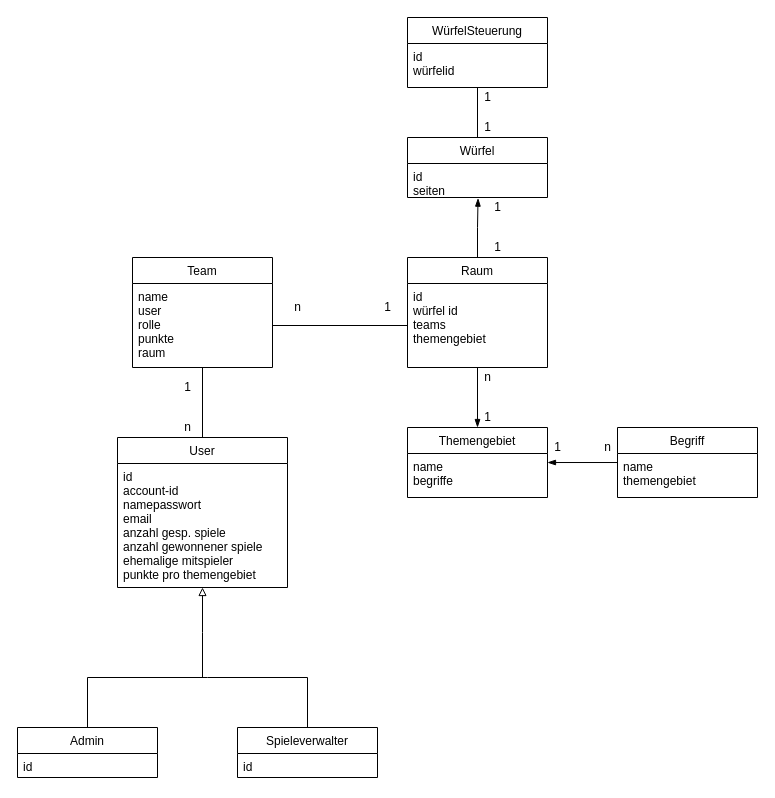
BeyerMart/softwareEngineeringClass-timeGuessGame keeps this draw.io diagram as documentation/diagrams/class_diagram.drawio. Above is the earlier version. Source tidied: cells renumbered, new cells numbered last; positions are measured from the earlier drawing's top-left corner, leaving out a move shared by most shapes. Both pictures are drawn from the tidied source at 100%, with x=0, y=0 at pixel (17, 17).
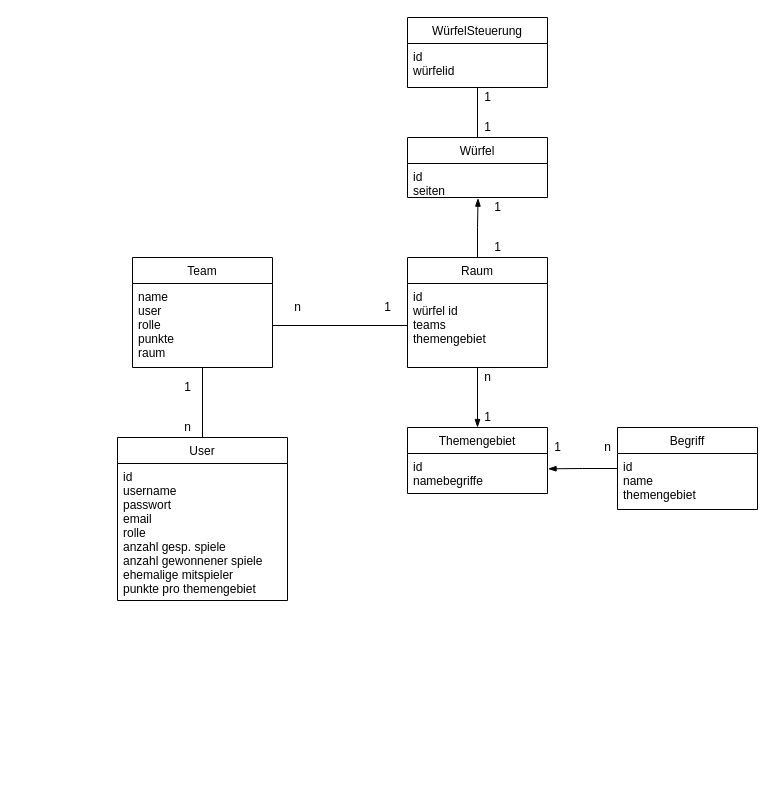
The same diagram, later.

Commit message:
Update inheritance between admin and user

What changed in the source:
```diff
@@
-    <mxCell id="5" style="edgeStyle=orthogonalEdgeStyle;rounded=0;jettySize=auto;html=1;endArrow=none;endFill=0;startArrow=block;startFill=0;" parent="1" edge="1" source="6">
-      <mxGeometry relative="1" as="geometry">
-        <mxPoint x="185" y="660" as="targetPoint" />
-      </mxGeometry>
-    </mxCell>
     <mxCell id="6" value="User" style="swimlane;fontStyle=0;horizontal=1;startSize=26;fillColor=none;" parent="1" vertex="1">
-      <mxGeometry x="100" y="420" width="170" height="150" as="geometry" />
+      <mxGeometry x="100" y="420" width="170" height="163" as="geometry" />
     </mxCell>
-    <mxCell id="7" value="id&#10;account-id&#10;namepasswort&#10;email&#10;anzahl gesp. spiele&#10;anzahl gewonnener spiele&#10;ehemalige mitspieler&#10;punkte pro themengebiet&#10;&#10;&#10;&#10;&#10;" style="text;strokeColor=none;fillColor=none;align=left;verticalAlign=top;spacingLeft=4;spacingRight=4;overflow=hidden;" parent="6" vertex="1">
-      <mxGeometry y="26" width="170" height="124" as="geometry" />
+    <mxCell id="7" value="id&#10;username&#10;passwort&#10;email&#10;rolle&#10;anzahl gesp. spiele&#10;anzahl gewonnener spiele&#10;ehemalige mitspieler&#10;punkte pro themengebiet&#10;&#10;&#10;&#10;&#10;&#10;&#10;" style="text;strokeColor=none;fillColor=none;align=left;verticalAlign=top;spacingLeft=4;spacingRight=4;overflow=hidden;" parent="6" vertex="1">
+      <mxGeometry y="26" width="170" height="137" as="geometry" />
     </mxCell>
-    <mxCell id="8" style="edgeStyle=orthogonalEdgeStyle;rounded=0;jettySize=auto;html=1;endArrow=none;endFill=0;" parent="1" edge="1" source="9">
-      <mxGeometry relative="1" as="geometry">
-        <mxPoint x="190" y="660" as="targetPoint" />
-        <Array as="points">
-          <mxPoint x="70" y="660" />
-        </Array>
-      </mxGeometry>
-    </mxCell>
-    <mxCell id="9" value="Admin" style="swimlane;fontStyle=0;horizontal=1;startSize=26;fillColor=none;" parent="1" vertex="1">
-      <mxGeometry y="710" width="140" height="50" as="geometry" />
-    </mxCell>
-    <mxCell id="10" value="id" style="text;strokeColor=none;fillColor=none;align=left;verticalAlign=top;spacingLeft=4;spacingRight=4;overflow=hidden;" parent="9" vertex="1">
-      <mxGeometry y="26" width="140" height="24" as="geometry" />
-    </mxCell>
-    <mxCell id="11" style="edgeStyle=orthogonalEdgeStyle;rounded=0;jettySize=auto;html=1;endArrow=none;endFill=0;exitX=0.5;exitY=0;exitDx=0;exitDy=0;" parent="1" edge="1" source="12">
-      <mxGeometry relative="1" as="geometry">
-        <mxPoint x="190" y="660" as="targetPoint" />
-        <Array as="points">
-          <mxPoint x="290" y="660" />
-        </Array>
-      </mxGeometry>
-    </mxCell>
-    <mxCell id="12" value="Spieleverwalter" style="swimlane;fontStyle=0;horizontal=1;startSize=26;fillColor=none;" parent="1" vertex="1">
-      <mxGeometry x="220" y="710" width="140" height="50" as="geometry" />
-    </mxCell>
-    <mxCell id="13" value="id" style="text;strokeColor=none;fillColor=none;align=left;verticalAlign=top;spacingLeft=4;spacingRight=4;overflow=hidden;" parent="12" vertex="1">
-      <mxGeometry y="26" width="140" height="24" as="geometry" />
-    </mxCell>
@@
     <mxCell id="18" value="Themengebiet" style="swimlane;fontStyle=0;horizontal=1;startSize=26;fillColor=none;" parent="1" vertex="1">
-      <mxGeometry x="390" y="410" width="140" height="70" as="geometry" />
+      <mxGeometry x="390" y="410" width="140" height="66" as="geometry" />
     </mxCell>
-    <mxCell id="19" value="name&#10;begriffe&#10;" style="text;strokeColor=none;fillColor=none;align=left;verticalAlign=top;spacingLeft=4;spacingRight=4;overflow=hidden;points=[[0,0.5],[1,0.5]];portConstraint=eastwest;" parent="18" vertex="1">
-      <mxGeometry y="26" width="140" height="44" as="geometry" />
+    <mxCell id="19" value="id&#10;namebegriffe&#10;" style="text;strokeColor=none;fillColor=none;align=left;verticalAlign=top;spacingLeft=4;spacingRight=4;overflow=hidden;points=[[0,0.5],[1,0.5]];portConstraint=eastwest;" parent="18" vertex="1">
+      <mxGeometry y="26" width="140" height="40" as="geometry" />
     </mxCell>
@@
-    <mxCell id="23" style="edgeStyle=orthogonalEdgeStyle;rounded=0;jettySize=auto;html=1;entryX=1;entryY=0.205;entryDx=0;entryDy=0;entryPerimeter=0;endArrow=blockThin;endFill=1;" parent="1" edge="1" source="24" target="19">
+    <mxCell id="23" style="edgeStyle=orthogonalEdgeStyle;rounded=0;jettySize=auto;html=1;endArrow=blockThin;endFill=1;entryX=1.004;entryY=0.383;entryDx=0;entryDy=0;entryPerimeter=0;" parent="1" edge="1" source="24" target="19">
       <mxGeometry relative="1" as="geometry" />
     </mxCell>
     <mxCell id="24" value="Begriff" style="swimlane;fontStyle=0;horizontal=1;startSize=26;fillColor=none;" parent="1" vertex="1">
-      <mxGeometry x="600" y="410" width="140" height="70" as="geometry" />
+      <mxGeometry x="600" y="410" width="140" height="82" as="geometry" />
     </mxCell>
-    <mxCell id="25" value="name&#10;themengebiet&#10;" style="text;strokeColor=none;fillColor=none;align=left;verticalAlign=top;spacingLeft=4;spacingRight=4;overflow=hidden;" parent="24" vertex="1">
-      <mxGeometry y="26" width="140" height="44" as="geometry" />
+    <mxCell id="25" value="id&#10;name&#10;themengebiet&#10;" style="text;strokeColor=none;fillColor=none;align=left;verticalAlign=top;spacingLeft=4;spacingRight=4;overflow=hidden;" parent="24" vertex="1">
+      <mxGeometry y="26" width="140" height="56" as="geometry" />
     </mxCell>
```
